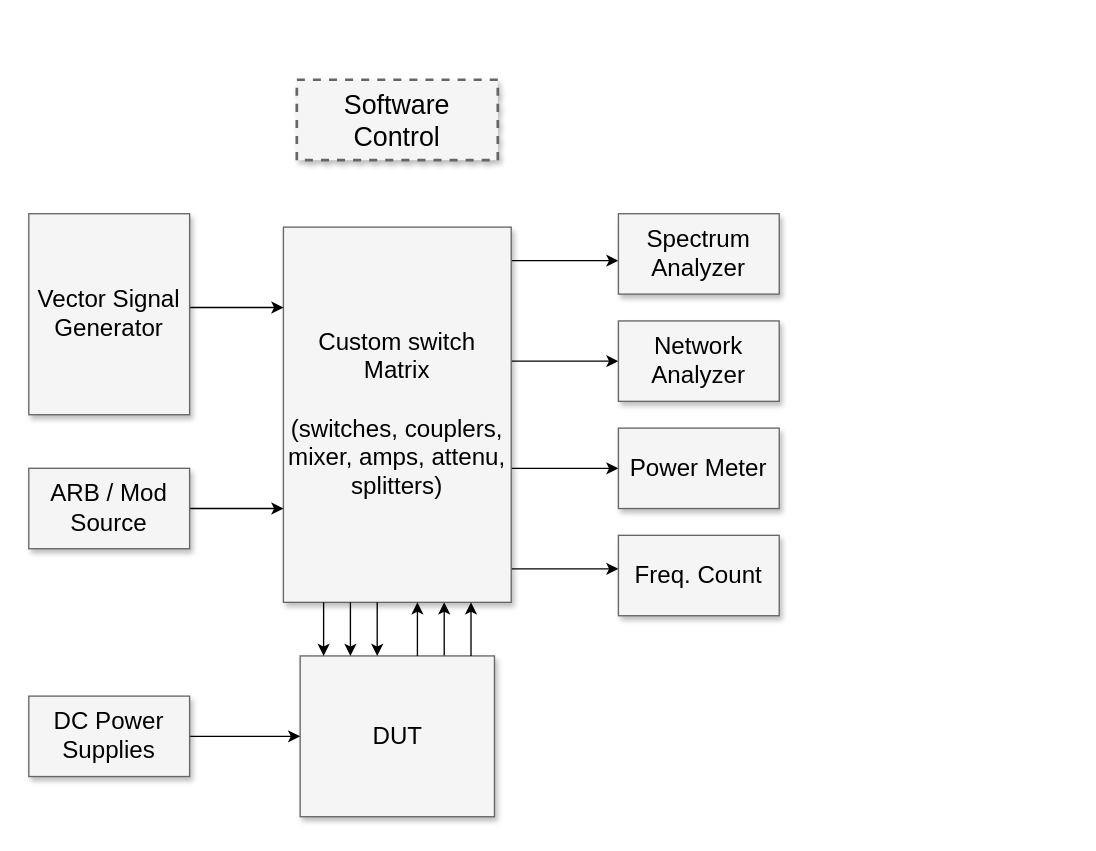
Earlier version of the draw.io diagram content/data/Untitled Diagram.drawio (alhabshi3k/notebooks). Source tidied: cells renumbered, new cells numbered last; positions are measured from the earlier drawing's top-left corner, leaving out a move shared by most shapes. Both pictures are drawn from the tidied source at 134%, with x=0, y=0 at pixel (28, 79).
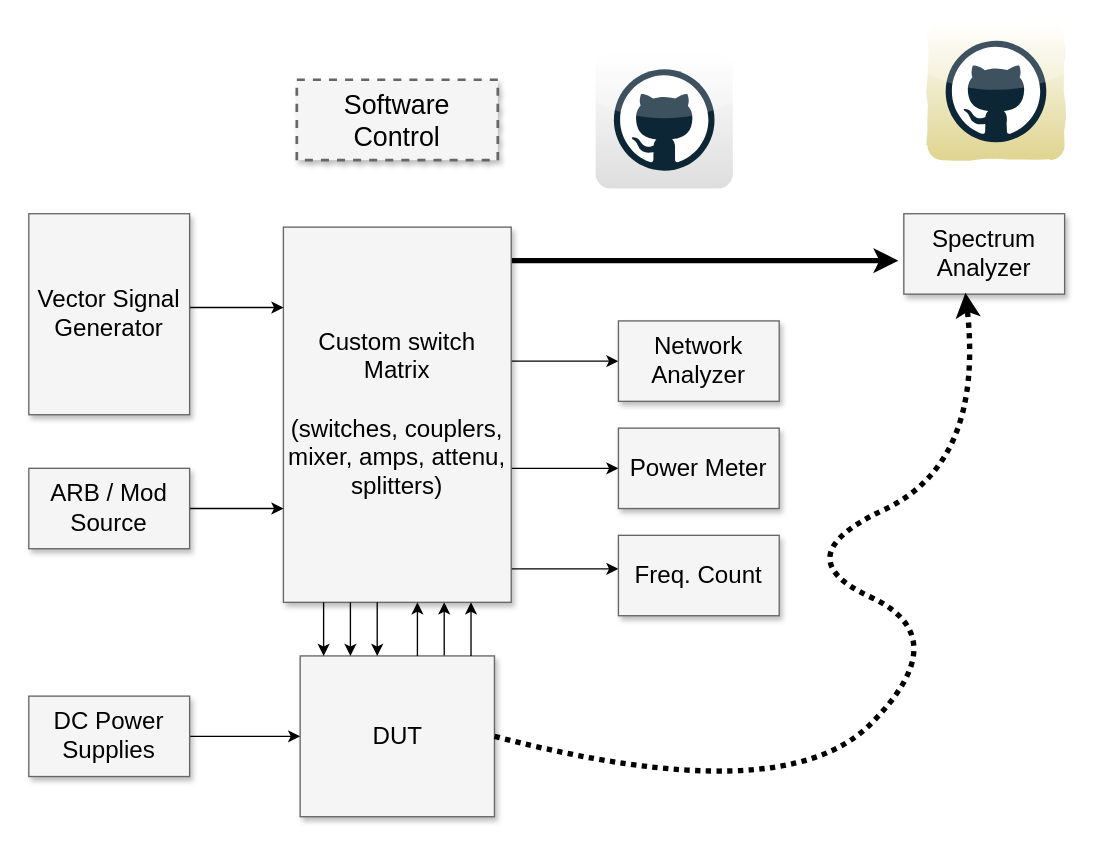
The same page after the edit.

The change refers to these unchanged cells:
```xml
<mxCell id="8" value="Custom switch Matrix&lt;div&gt;&lt;br&gt;&lt;/div&gt;&lt;div&gt;(switches, couplers, mixer, amps, attenu, splitters)&lt;/div&gt;" style="whiteSpace=wrap;html=1;shadow=1;fontSize=18;fillColor=#f5f5f5;strokeColor=#666666;" parent="1" vertex="1">
  <mxGeometry x="190" y="110" width="170" height="280" as="geometry" />
</mxCell>
<mxCell id="17" value="DUT" style="whiteSpace=wrap;html=1;shadow=1;fontSize=18;fillColor=#f5f5f5;strokeColor=#666666;" parent="1" vertex="1">
  <mxGeometry x="202.5" y="430" width="145" height="120" as="geometry" />
</mxCell>
```

Diff of the diagram source:
```diff
@@
-    <mxCell id="3" style="edgeStyle=elbowEdgeStyle;rounded=0;html=1;startArrow=none;startFill=0;jettySize=auto;fontSize=18;elbow=vertical;" parent="1" edge="1" source="8" target="9">
+    <mxCell id="3" style="edgeStyle=elbowEdgeStyle;rounded=0;html=1;startArrow=none;startFill=0;jettySize=auto;fontSize=18;elbow=vertical;flowAnimation=1;targetPerimeterSpacing=4;jumpStyle=gap;strokeWidth=4;" parent="1" edge="1" source="8" target="9">
       <mxGeometry relative="1" as="geometry" />
     </mxCell>
@@
     <mxCell id="9" value="Spectrum Analyzer" style="whiteSpace=wrap;html=1;shadow=1;fontSize=18;fillColor=#f5f5f5;strokeColor=#666666;" parent="1" vertex="1">
-      <mxGeometry x="440" y="100" width="120" height="60" as="geometry" />
+      <mxGeometry x="653" y="100" width="120" height="60" as="geometry" />
     </mxCell>
@@
+    <mxCell id="25" style="curved=1;endArrow=classic;html=1;rounded=0;sketch=0;strokeWidth=4;targetPerimeterSpacing=4;jumpStyle=gap;flowAnimation=1;exitX=1;exitY=0.5;exitDx=0;exitDy=0;entryX=0.383;entryY=0.983;entryDx=0;entryDy=0;entryPerimeter=0;dashed=1;dashPattern=1 1;sourcePerimeterSpacing=1;startSize=14;" parent="1" edge="1" source="17" target="9">
+      <mxGeometry relative="1" as="geometry">
+        <Array as="points">
+          <mxPoint x="563" y="546" />
+          <mxPoint x="693" y="416" />
+          <mxPoint x="563" y="356" />
+          <mxPoint x="713" y="286" />
+        </Array>
+      </mxGeometry>
+    </mxCell>
+    <mxCell id="26" style="dashed=0;html=1;align=center;labelPosition=center;verticalLabelPosition=bottom;verticalAlign=top;shape=mxgraph.webicons.github;gradientColor=#DFDEDE;rounded=1;" parent="1" vertex="1">
+      <mxGeometry x="423" y="-21.2" width="102.4" height="102.4" as="geometry" />
+    </mxCell>
+    <mxCell id="27" style="dashed=0;html=1;align=center;labelPosition=center;verticalLabelPosition=bottom;verticalAlign=top;shape=mxgraph.webicons.github;gradientColor=#DFD48F;rounded=1;strokeColor=#FFC336;fillColor=default;backgroundOutline=1;comic=1;" parent="1" vertex="1">
+      <mxGeometry x="670.6" y="-42.4" width="102.4" height="102.4" as="geometry" />
+    </mxCell>
```
